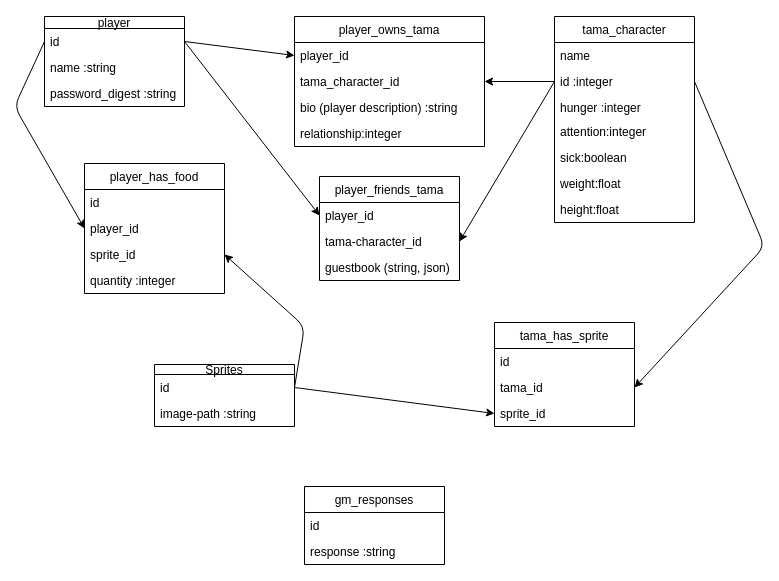
Above: project-management/phase-4/project-management/diagrams/erd.drawio in Rainbow-Collective/petsite (draw.io), before the change. Source tidied: cells renumbered, new cells numbered last; positions are measured from the earlier drawing's top-left corner, leaving out a move shared by most shapes. Both pictures are drawn from the tidied source at 100%, with x=0, y=0 at pixel (14, 16).
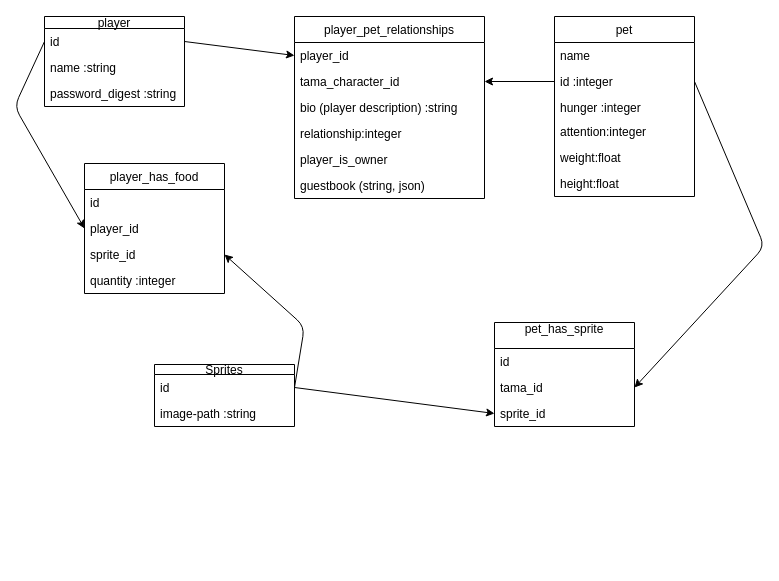
After the change.

The change refers to these unchanged cells:
```xml
<mxCell id="4" value="id :integer  " style="text;strokeColor=none;fillColor=none;align=left;verticalAlign=top;spacingLeft=4;spacingRight=4;overflow=hidden;points=[[0,0.5],[1,0.5]];portConstraint=eastwest;" parent="2" vertex="1">
  <mxGeometry y="52" width="140" height="26" as="geometry" />
</mxCell>
<mxCell id="11" value="id" style="text;strokeColor=none;fillColor=none;align=left;verticalAlign=top;spacingLeft=4;spacingRight=4;overflow=hidden;points=[[0,0.5],[1,0.5]];portConstraint=eastwest;" parent="10" vertex="1">
  <mxGeometry y="12" width="140" height="26" as="geometry" />
</mxCell>
```

Change to the diagram source:
```diff
@@
-    <mxCell id="2" value="tama_character" style="swimlane;fontStyle=0;horizontal=1;startSize=26;fillColor=none;" parent="1" vertex="1">
-      <mxGeometry x="540" width="140" height="206" as="geometry" />
+    <mxCell id="2" value="pet" style="swimlane;fontStyle=0;horizontal=1;startSize=26;fillColor=none;" parent="1" vertex="1">
+      <mxGeometry x="540" width="140" height="180" as="geometry" />
     </mxCell>
@@
-    <mxCell id="7" value="sick:boolean" style="text;strokeColor=none;fillColor=none;align=left;verticalAlign=top;spacingLeft=4;spacingRight=4;overflow=hidden;" parent="2" vertex="1">
-      <mxGeometry y="128" width="140" height="26" as="geometry" />
-    </mxCell>
     <mxCell id="8" value="weight:float" style="text;strokeColor=none;fillColor=none;align=left;verticalAlign=top;spacingLeft=4;spacingRight=4;overflow=hidden;" parent="2" vertex="1">
-      <mxGeometry y="154" width="140" height="26" as="geometry" />
+      <mxGeometry y="128" width="140" height="26" as="geometry" />
     </mxCell>
     <mxCell id="9" value="height:float" style="text;strokeColor=none;fillColor=none;align=left;verticalAlign=top;spacingLeft=4;spacingRight=4;overflow=hidden;" parent="2" vertex="1">
-      <mxGeometry y="180" width="140" height="26" as="geometry" />
+      <mxGeometry y="154" width="140" height="26" as="geometry" />
     </mxCell>
@@
-    <mxCell id="14" value="player_owns_tama" style="swimlane;fontStyle=0;horizontal=1;startSize=26;fillColor=none;" parent="1" vertex="1">
-      <mxGeometry x="280" width="190" height="130" as="geometry" />
+    <mxCell id="14" value="player_pet_relationships" style="swimlane;fontStyle=0;horizontal=1;startSize=26;fillColor=none;" parent="1" vertex="1">
+      <mxGeometry x="280" width="190" height="182" as="geometry" />
     </mxCell>
@@
-    <mxCell id="19" value="player_friends_tama" style="swimlane;fontStyle=0;horizontal=1;startSize=26;fillColor=none;" parent="1" vertex="1">
-      <mxGeometry x="305" y="160" width="140" height="104" as="geometry" />
-    </mxCell>
-    <mxCell id="20" value="player_id" style="text;strokeColor=none;fillColor=none;align=left;verticalAlign=top;spacingLeft=4;spacingRight=4;overflow=hidden;points=[[0,0.5],[1,0.5]];portConstraint=eastwest;" parent="19" vertex="1">
-      <mxGeometry y="26" width="140" height="26" as="geometry" />
-    </mxCell>
-    <mxCell id="21" value="tama-character_id" style="text;strokeColor=none;fillColor=none;align=left;verticalAlign=top;spacingLeft=4;spacingRight=4;overflow=hidden;points=[[0,0.5],[1,0.5]];portConstraint=eastwest;" parent="19" vertex="1">
-      <mxGeometry y="52" width="140" height="26" as="geometry" />
-    </mxCell>
+    <mxCell id="46" value="player_is_owner" style="text;strokeColor=none;fillColor=none;align=left;verticalAlign=top;spacingLeft=4;spacingRight=4;overflow=hidden;" parent="14" vertex="1">
+      <mxGeometry y="130" width="190" height="26" as="geometry" />
+    </mxCell>
-    <mxCell id="22" value="guestbook (string, json)" style="text;strokeColor=none;fillColor=none;align=left;verticalAlign=top;spacingLeft=4;spacingRight=4;overflow=hidden;" parent="19" vertex="1">
-      <mxGeometry y="78" width="140" height="26" as="geometry" />
+    <mxCell id="22" value="guestbook (string, json)" style="text;strokeColor=none;fillColor=none;align=left;verticalAlign=top;spacingLeft=4;spacingRight=4;overflow=hidden;" parent="14" vertex="1">
+      <mxGeometry y="156" width="190" height="26" as="geometry" />
     </mxCell>
@@
-    <mxCell id="25" style="edgeStyle=none;html=1;entryX=1;entryY=0.5;entryDx=0;entryDy=0;exitX=0;exitY=0.5;exitDx=0;exitDy=0;" parent="1" edge="1" source="4" target="21">
-      <mxGeometry relative="1" as="geometry" />
-    </mxCell>
-    <mxCell id="26" style="edgeStyle=none;html=1;entryX=0;entryY=0.5;entryDx=0;entryDy=0;exitX=1;exitY=0.5;exitDx=0;exitDy=0;" parent="1" edge="1" source="11" target="20">
-      <mxGeometry relative="1" as="geometry" />
-    </mxCell>
@@
-    <mxCell id="30" value="tama_has_sprite" style="swimlane;fontStyle=0;horizontal=1;startSize=26;fillColor=none;" parent="1" vertex="1">
+    <mxCell id="30" value="pet_has_sprite&#10;" style="swimlane;fontStyle=0;horizontal=1;startSize=26;fillColor=none;" parent="1" vertex="1">
       <mxGeometry x="480" y="306" width="140" height="104" as="geometry" />
     </mxCell>
@@
-    <mxCell id="43" value="gm_responses" style="swimlane;fontStyle=0;horizontal=1;startSize=26;fillColor=none;" parent="1" vertex="1">
-      <mxGeometry x="290" y="470" width="140" height="78" as="geometry" />
-    </mxCell>
-    <mxCell id="44" value="id" style="text;strokeColor=none;fillColor=none;align=left;verticalAlign=top;spacingLeft=4;spacingRight=4;overflow=hidden;" parent="43" vertex="1">
-      <mxGeometry y="26" width="140" height="26" as="geometry" />
-    </mxCell>
-    <mxCell id="45" value="response :string" style="text;strokeColor=none;fillColor=none;align=left;verticalAlign=top;spacingLeft=4;spacingRight=4;overflow=hidden;" parent="43" vertex="1">
-      <mxGeometry y="52" width="140" height="26" as="geometry" />
-    </mxCell>
```
